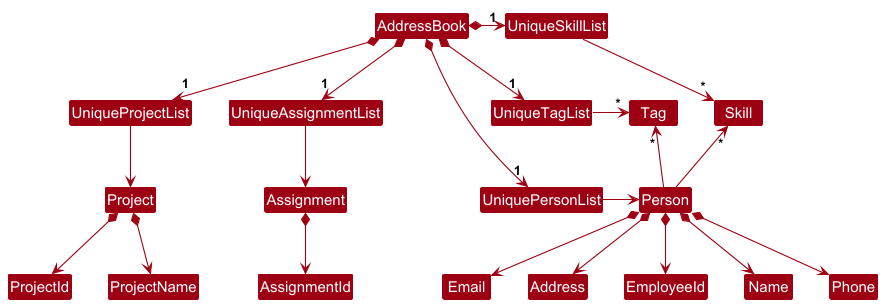
Above: docs/images/BetterModelClassDiagram.png in nus-cs2103-AY2425S1/tp (PlantUML), before the change.
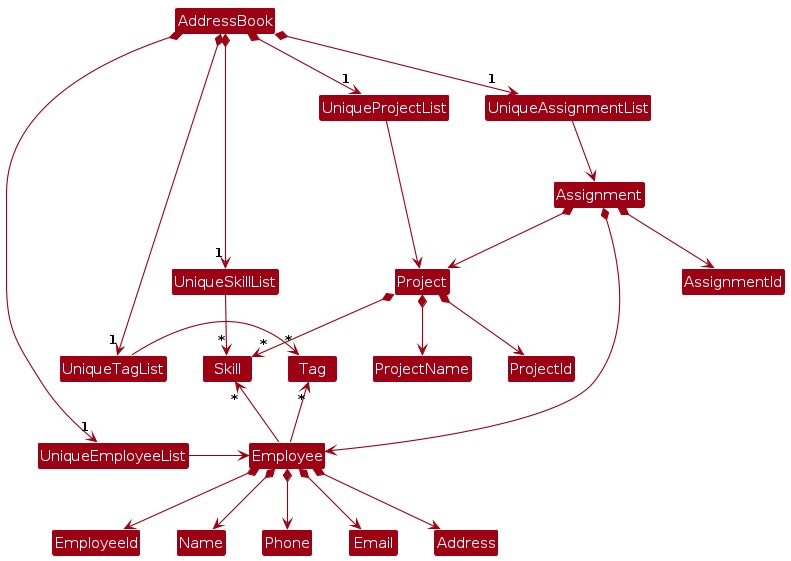
The same file after the commit.

Diff of the diagram source:
```diff
@@ -4,36 +4,39 @@
 skinparam arrowColor MODEL_COLOR
 skinparam classBackgroundColor MODEL_COLOR
 
-AddressBook *-right-> "1" UniquePersonList
+AddressBook *-right-> "1" UniqueEmployeeList
 AddressBook *-down-> "1" UniqueProjectList
 AddressBook *-down-> "1" UniqueAssignmentList
 AddressBook *-right-> "1" UniqueTagList
 AddressBook *-right-> "1" UniqueSkillList
 UniqueAssignmentList -[hidden]left- UniqueProjectList
-UniqueTagList -[hidden]down- UniquePersonList
-UniqueTagList -[hidden]down- UniquePersonList
+UniqueTagList -[hidden]down- UniqueEmployeeList
+UniqueTagList -[hidden]down- UniqueEmployeeList
 UniqueSkillList -[hidden]down- UniqueTagList
 Tag -[hidden]right- Skill
 
 UniqueTagList -right-> "*" Tag
 UniqueSkillList -right-> "*" Skill
-UniquePersonList -right-> Person
+UniqueEmployeeList -right-> Employee
 
-Person -up-> "*" Tag
-Person -up-> "*" Skill
+Employee -up-> "*" Tag
+Employee -up-> "*" Skill
 
-Person *--> EmployeeId
-Person *--> Name
-Person *--> Phone
-Person *--> Email
-Person *--> Address
+Employee *--> EmployeeId
+Employee *--> Name
+Employee *--> Phone
+Employee *--> Email
+Employee *--> Address
 
 UniqueProjectList --> Project
 
 Project *--> ProjectName
 Project *--> ProjectId
+Project *--> "*" Skill
 
 UniqueAssignmentList --> Assignment
 
 Assignment *--> AssignmentId
+Assignment *--> Employee
+Assignment *--> Project
 @enduml
```
